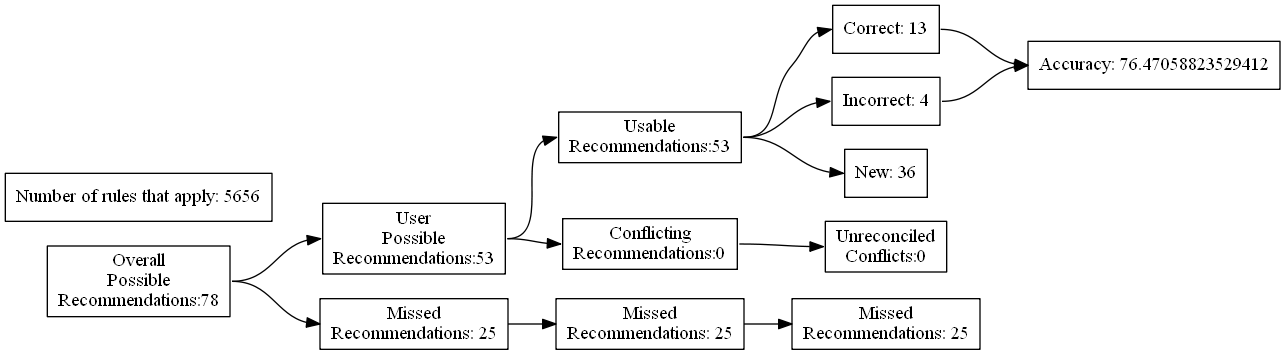
Earlier version of the Graphviz export test_renders/99.gv.png (ZaxR/ibd_diet_analysis). Its source is kept beside it as test_renders/99.gv.
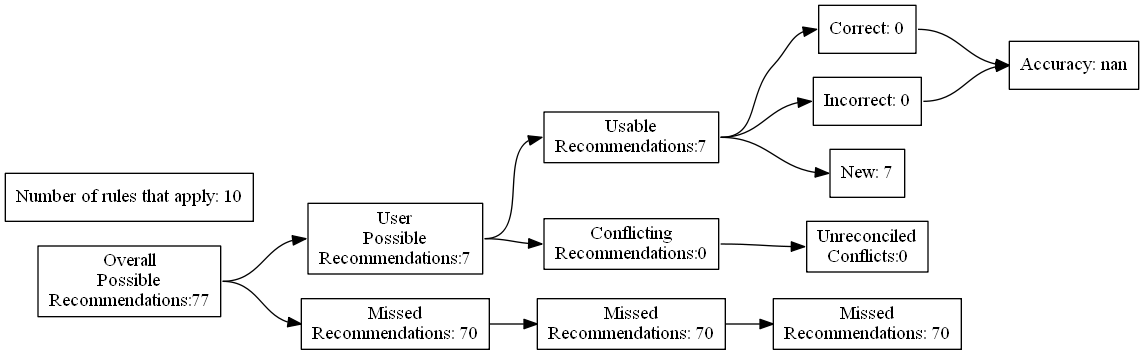
After the commit.

Diff of the diagram source:
```diff
@@ -4,27 +4,27 @@
 	edge [headport=w tailport=e]
 		A [label="Overall
 Possible
-Recommendations:78"]
+Recommendations:77"]
 		B [label="User
 Possible
-Recommendations:53"]
+Recommendations:7"]
 		C [label="Missed
-Recommendations: 25"]
+Recommendations: 70"]
 		D [label="Usable
-Recommendations:53"]
+Recommendations:7"]
 		E [label="Conflicting
 Recommendations:0"]
 		J [label="Missed
-Recommendations: 25"]
+Recommendations: 70"]
 		M [label="Unreconciled
 Conflicts:0"]
-		F [label="Correct: 13"]
-		G [label="Incorrect: 4"]
-		H [label="New: 36"]
+		F [label="Correct: 0"]
+		G [label="Incorrect: 0"]
+		H [label="New: 7"]
 		K [label="Missed
-Recommendations: 25"]
-		I [label="Accuracy: 76.47058823529412"]
-		l [label="Number of rules that apply: 5656"]
+Recommendations: 70"]
+		I [label="Accuracy: nan"]
+		l [label="Number of rules that apply: 10"]
 			A -> B
 			A -> C
 			B -> D
```
